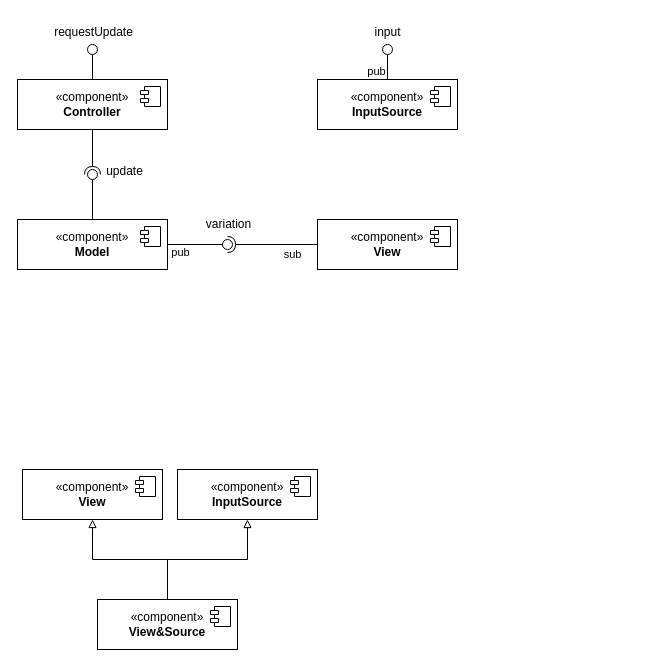
manuandru/sap-assignment-01 keeps this draw.io diagram as page "static-level" (1 of 2) of schema.drawio. Above is the earlier version. Source tidied: cells renumbered, new cells numbered last; positions are measured from the earlier drawing's top-left corner, leaving out a move shared by most shapes. Both pictures are drawn from the tidied source at 100%, with x=0, y=0 at pixel (17, 17).
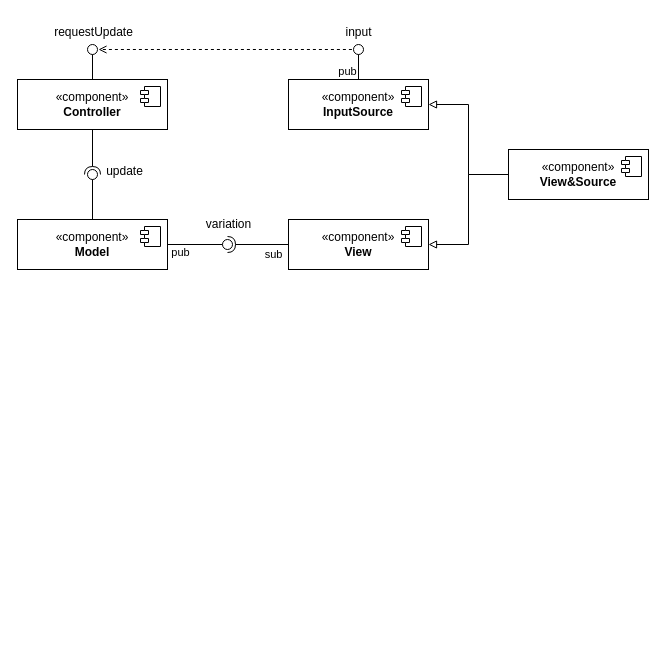
The same diagram, later.

Change to the diagram source:
```diff
@@
     <mxCell id="8" value="«component»&lt;br&gt;&lt;b&gt;View&lt;br&gt;&lt;/b&gt;" style="html=1;whiteSpace=wrap;" parent="1" vertex="1">
-      <mxGeometry x="300" y="202" width="140" height="50" as="geometry" />
+      <mxGeometry x="271" y="202" width="140" height="50" as="geometry" />
     </mxCell>
@@
     <mxCell id="10" value="«component»&lt;br&gt;&lt;b&gt;InputSource&lt;br&gt;&lt;/b&gt;" style="html=1;whiteSpace=wrap;" parent="1" vertex="1">
-      <mxGeometry x="300" y="62" width="140" height="50" as="geometry" />
+      <mxGeometry x="271" y="62" width="140" height="50" as="geometry" />
     </mxCell>
@@
     <mxCell id="24" style="rounded=0;jettySize=auto;html=1;endArrow=oval;endFill=0;sketch=0;sourcePerimeterSpacing=0;targetPerimeterSpacing=0;endSize=10;" parent="1" edge="1" source="10">
       <mxGeometry relative="1" as="geometry">
-        <mxPoint x="370" y="32" as="targetPoint" />
+        <mxPoint x="341" y="32" as="targetPoint" />
       </mxGeometry>
     </mxCell>
@@
     <mxCell id="26" value="input" style="text;html=1;align=center;verticalAlign=middle;strokeColor=none;fillColor=none;" parent="1" vertex="1">
-      <mxGeometry x="345" width="50" height="30" as="geometry" />
+      <mxGeometry x="316" width="50" height="30" as="geometry" />
     </mxCell>
-    <mxCell id="27" value="«component»&lt;br&gt;&lt;b&gt;InputSource&lt;br&gt;&lt;/b&gt;" style="html=1;whiteSpace=wrap;" parent="1" vertex="1">
-      <mxGeometry x="160" y="452" width="140" height="50" as="geometry" />
-    </mxCell>
-    <mxCell id="28" style="shape=module;jettyWidth=8;jettyHeight=4;" parent="27" vertex="1">
-      <mxGeometry x="1" width="20" height="20" relative="1" as="geometry">
-        <mxPoint x="-27" y="7" as="offset" />
-      </mxGeometry>
-    </mxCell>
-    <mxCell id="29" value="«component»&lt;br&gt;&lt;b&gt;View&lt;br&gt;&lt;/b&gt;" style="html=1;whiteSpace=wrap;" parent="1" vertex="1">
-      <mxGeometry x="5" y="452" width="140" height="50" as="geometry" />
-    </mxCell>
-    <mxCell id="30" style="shape=module;jettyWidth=8;jettyHeight=4;" parent="29" vertex="1">
-      <mxGeometry x="1" width="20" height="20" relative="1" as="geometry">
-        <mxPoint x="-27" y="7" as="offset" />
-      </mxGeometry>
-    </mxCell>
-    <mxCell id="31" style="edgeStyle=orthogonalEdgeStyle;rounded=0;jettySize=auto;html=1;endArrow=block;endFill=0;" parent="1" edge="1" source="33" target="29">
-      <mxGeometry relative="1" as="geometry" />
-    </mxCell>
-    <mxCell id="32" style="edgeStyle=orthogonalEdgeStyle;rounded=0;jettySize=auto;html=1;endArrow=block;endFill=0;" parent="1" edge="1" source="33" target="27">
-      <mxGeometry relative="1" as="geometry" />
-    </mxCell>
+    <mxCell id="35" style="edgeStyle=orthogonalEdgeStyle;rounded=0;jettySize=auto;html=1;entryX=1;entryY=0.5;entryDx=0;entryDy=0;endArrow=block;endFill=0;" parent="1" edge="1" source="33" target="10">
+      <mxGeometry relative="1" as="geometry" />
+    </mxCell>
+    <mxCell id="36" style="edgeStyle=orthogonalEdgeStyle;rounded=0;jettySize=auto;html=1;entryX=1;entryY=0.5;entryDx=0;entryDy=0;endArrow=block;endFill=0;" parent="1" edge="1" source="33" target="8">
+      <mxGeometry relative="1" as="geometry" />
+    </mxCell>
     <mxCell id="33" value="«component»&lt;br&gt;&lt;b&gt;View&amp;amp;Source&lt;br&gt;&lt;/b&gt;" style="html=1;whiteSpace=wrap;" parent="1" vertex="1">
-      <mxGeometry x="80" y="582" width="140" height="50" as="geometry" />
+      <mxGeometry x="491" y="132" width="140" height="50" as="geometry" />
     </mxCell>
-    <mxCell id="34" style="shape=module;jettyWidth=8;jettyHeight=4;" parent="33" vertex="1">
-      <mxGeometry x="1" width="20" height="20" relative="1" as="geometry">
-        <mxPoint x="-27" y="7" as="offset" />
-      </mxGeometry>
-    </mxCell>
+    <mxCell id="37" style="shape=module;jettyWidth=8;jettyHeight=4;" parent="33" vertex="1">
+      <mxGeometry x="1" width="20" height="20" relative="1" as="geometry">
+        <mxPoint x="-27" y="7" as="offset" />
+      </mxGeometry>
+    </mxCell>
+    <mxCell id="38" style="endArrow=open;html=1;rounded=0;exitX=0.387;exitY=1.067;exitDx=0;exitDy=0;exitPerimeter=0;dashed=1;endFill=0;" parent="1" edge="1">
+      <mxGeometry relative="1" as="geometry">
+        <mxPoint x="334.4" y="32" as="sourcePoint" />
+        <mxPoint x="81" y="32" as="targetPoint" />
+      </mxGeometry>
+    </mxCell>
```
